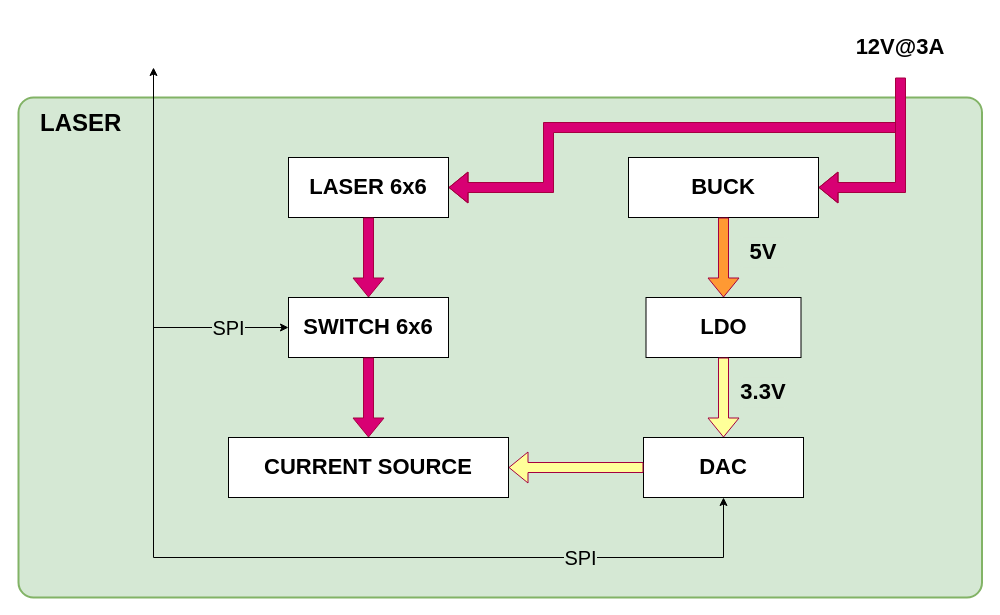
The draw.io diagram BlockDiagram/lv_block_laser.drawio in SangHuynh78/lv_report, before the edit. Source tidied: cells renumbered, new cells numbered last; positions are measured from the earlier drawing's top-left corner, leaving out a move shared by most shapes. Both pictures are drawn from the tidied source at 100%, with x=0, y=0 at pixel (18, 17).
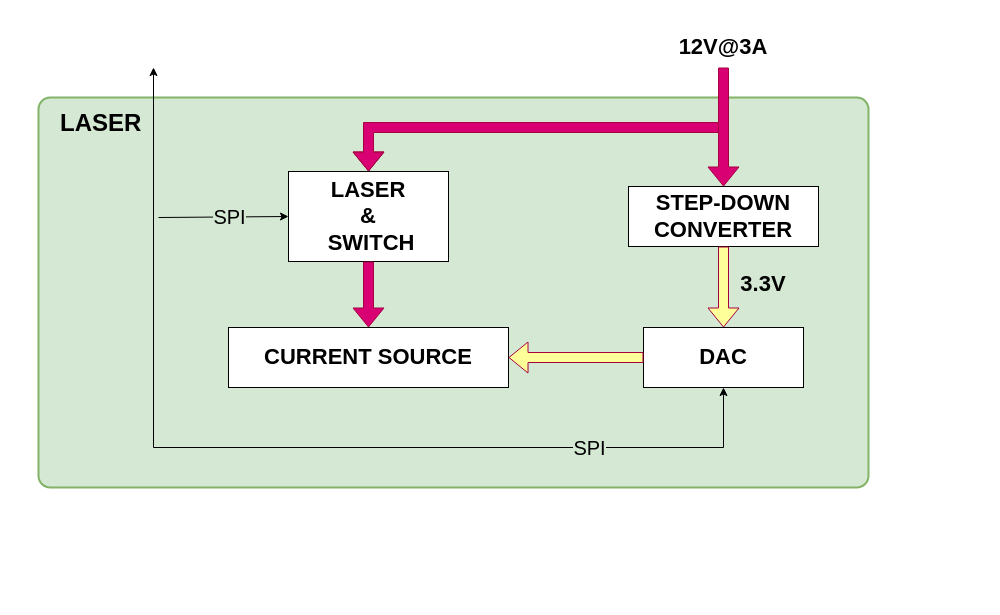
The same page after the edit.

Change to the diagram source:
```diff
@@
     <mxCell id="2" value="&lt;span style=&quot;font-size: 24px; line-height: 160%;&quot;&gt;&amp;nbsp; &amp;nbsp;LASER&lt;/span&gt;" style="rounded=1;whiteSpace=wrap;html=1;fontStyle=1;fontSize=22;strokeWidth=2;fillColor=#d5e8d4;strokeColor=#82b366;arcSize=3;align=left;verticalAlign=top;textShadow=0;" parent="1" vertex="1">
-      <mxGeometry y="80" width="963.5" height="500" as="geometry" />
+      <mxGeometry x="20" y="80" width="830" height="390" as="geometry" />
     </mxCell>
     <mxCell id="3" value="DAC" style="rounded=0;whiteSpace=wrap;html=1;fontSize=22;fontStyle=1;" parent="1" vertex="1">
-      <mxGeometry x="625" y="420" width="160" height="60" as="geometry" />
+      <mxGeometry x="625" y="310" width="160" height="60" as="geometry" />
     </mxCell>
-    <mxCell id="4" value="LASER 6x6" style="rounded=0;whiteSpace=wrap;html=1;fontSize=22;fontStyle=1;" parent="1" vertex="1">
-      <mxGeometry x="270" y="140" width="160" height="60" as="geometry" />
-    </mxCell>
     <mxCell id="5" value="12V@3A" style="rounded=1;whiteSpace=wrap;html=1;fontSize=22;fontStyle=1;fillColor=default;strokeColor=none;" parent="1" vertex="1">
-      <mxGeometry x="817" width="130" height="60" as="geometry" />
+      <mxGeometry x="640" width="130" height="60" as="geometry" />
     </mxCell>
     <mxCell id="6" value="CURRENT SOURCE" style="rounded=0;whiteSpace=wrap;html=1;fontSize=22;fontStyle=1;" parent="1" vertex="1">
-      <mxGeometry x="210" y="420" width="280" height="60" as="geometry" />
+      <mxGeometry x="210" y="310" width="280" height="60" as="geometry" />
     </mxCell>
-    <mxCell id="7" value="SWITCH 6x6" style="rounded=0;whiteSpace=wrap;html=1;fontSize=22;fontStyle=1;" parent="1" vertex="1">
-      <mxGeometry x="270" y="280" width="160" height="60" as="geometry" />
+    <mxCell id="7" value="LASER &lt;br&gt;&amp;amp;&lt;br&gt;&amp;nbsp;SWITCH" style="rounded=0;whiteSpace=wrap;html=1;fontSize=22;fontStyle=1;" parent="1" vertex="1">
+      <mxGeometry x="270" y="154" width="160" height="90" as="geometry" />
     </mxCell>
-    <mxCell id="8" value="BUCK" style="rounded=0;whiteSpace=wrap;html=1;fontSize=22;fontStyle=1;" parent="1" vertex="1">
-      <mxGeometry x="610" y="140" width="190" height="60" as="geometry" />
+    <mxCell id="8" value="STEP-DOWN&lt;br&gt;CONVERTER" style="rounded=0;whiteSpace=wrap;html=1;fontSize=22;fontStyle=1;" parent="1" vertex="1">
+      <mxGeometry x="610" y="169" width="190" height="60" as="geometry" />
     </mxCell>
-    <mxCell id="9" value="LDO" style="rounded=0;whiteSpace=wrap;html=1;fontSize=22;fontStyle=1;" parent="1" vertex="1">
-      <mxGeometry x="627.5" y="280" width="155" height="60" as="geometry" />
-    </mxCell>
-    <mxCell id="10" style="shape=flexArrow;endArrow=classic;html=1;rounded=0;fillColor=#FF9933;strokeColor=#A50040;entryX=0.5;entryY=0;entryDx=0;entryDy=0;exitX=0.5;exitY=1;exitDx=0;exitDy=0;" parent="1" edge="1" source="8" target="9">
-      <mxGeometry relative="1" as="geometry" />
-    </mxCell>
-    <mxCell id="11" style="shape=flexArrow;endArrow=classic;html=1;rounded=0;fillColor=#FFFF99;strokeColor=#A50040;exitX=0.5;exitY=1;exitDx=0;exitDy=0;" parent="1" edge="1" source="9" target="3">
+    <mxCell id="11" style="shape=flexArrow;endArrow=classic;html=1;rounded=0;fillColor=#FFFF99;strokeColor=#A50040;exitX=0.5;exitY=1;exitDx=0;exitDy=0;" parent="1" edge="1" source="8" target="3">
       <mxGeometry relative="1" as="geometry" />
     </mxCell>
-    <mxCell id="12" value="&lt;span style=&quot;background-color: light-dark(rgb(213, 232, 212), rgb(237, 237, 237));&quot;&gt;5V&lt;/span&gt;" style="rounded=1;whiteSpace=wrap;html=1;fontSize=22;fontStyle=1;fillColor=#d5e8d4;strokeColor=none;" parent="1" vertex="1">
-      <mxGeometry x="720" y="220" width="50" height="30" as="geometry" />
-    </mxCell>
     <mxCell id="13" value="&lt;span style=&quot;background-color: light-dark(rgb(213, 232, 212), rgb(237, 237, 237));&quot;&gt;3.3V&lt;/span&gt;" style="rounded=1;whiteSpace=wrap;html=1;fontSize=22;fontStyle=1;fillColor=#d5e8d4;strokeColor=none;" parent="1" vertex="1">
-      <mxGeometry x="720" y="360" width="50" height="30" as="geometry" />
+      <mxGeometry x="720" y="252" width="50" height="30" as="geometry" />
     </mxCell>
-    <mxCell id="14" style="shape=flexArrow;endArrow=classic;html=1;rounded=0;fillColor=#d80073;strokeColor=#A50040;entryX=1;entryY=0.5;entryDx=0;entryDy=0;" parent="1" edge="1">
+    <mxCell id="14" style="shape=flexArrow;endArrow=classic;html=1;rounded=0;fillColor=#d80073;strokeColor=#A50040;entryX=0.5;entryY=0;entryDx=0;entryDy=0;" parent="1" edge="1" target="7">
       <mxGeometry relative="1" as="geometry">
-        <mxPoint x="880" y="110" as="sourcePoint" />
-        <mxPoint x="430" y="170" as="targetPoint" />
+        <mxPoint x="710" y="110" as="sourcePoint" />
         <Array as="points">
-          <mxPoint x="530" y="110" />
-          <mxPoint x="530" y="170" />
+          <mxPoint x="350" y="110" />
         </Array>
       </mxGeometry>
     </mxCell>
-    <mxCell id="15" style="shape=flexArrow;endArrow=classic;html=1;rounded=0;fillColor=#d80073;strokeColor=#A50040;entryX=1;entryY=0.5;entryDx=0;entryDy=0;exitX=0.5;exitY=1;exitDx=0;exitDy=0;" parent="1" edge="1" source="5" target="8">
+    <mxCell id="15" style="shape=flexArrow;endArrow=classic;html=1;rounded=0;fillColor=#d80073;strokeColor=#A50040;" parent="1" edge="1" target="8">
       <mxGeometry relative="1" as="geometry">
-        <Array as="points">
-          <mxPoint x="882" y="170" />
-        </Array>
+        <mxPoint x="705" y="50" as="sourcePoint" />
       </mxGeometry>
     </mxCell>
-    <mxCell id="16" style="shape=flexArrow;endArrow=classic;html=1;rounded=0;fillColor=#d80073;strokeColor=#A50040;entryX=0.5;entryY=0;entryDx=0;entryDy=0;exitX=0.5;exitY=1;exitDx=0;exitDy=0;" parent="1" edge="1" source="4" target="7">
-      <mxGeometry relative="1" as="geometry" />
-    </mxCell>
@@
     <mxCell id="18" style="endArrow=classic;startArrow=classic;html=1;rounded=0;entryX=0.5;entryY=1;entryDx=0;entryDy=0;fontSize=20;align=right;" parent="1" edge="1" target="3">
       <mxGeometry relative="1" as="geometry">
         <mxPoint x="135" y="50" as="sourcePoint" />
         <Array as="points">
-          <mxPoint x="135" y="540" />
-          <mxPoint x="705" y="540" />
+          <mxPoint x="135" y="430" />
+          <mxPoint x="705" y="430" />
         </Array>
       </mxGeometry>
     </mxCell>
     <mxCell id="19" value="SPI" style="edgeLabel;html=1;align=center;verticalAlign=middle;fontFamily=Helvetica;fontSize=20;fontColor=default;fontStyle=0;labelBackgroundColor=light-dark(#d5e8d4, #ededed);textShadow=0;" parent="18" vertex="1">
       <mxGeometry x="0.09" y="1" relative="1" as="geometry">
-        <mxPoint x="306" as="offset" />
+        <mxPoint x="265" as="offset" />
       </mxGeometry>
     </mxCell>
     <mxCell id="20" style="endArrow=classic;startArrow=none;html=1;rounded=0;entryX=0;entryY=0.5;entryDx=0;entryDy=0;fontSize=20;align=right;startFill=0;" parent="1" edge="1" target="7">
       <mxGeometry relative="1" as="geometry">
-        <mxPoint x="135" y="310" as="sourcePoint" />
+        <mxPoint x="140" y="200" as="sourcePoint" />
       </mxGeometry>
     </mxCell>
```
